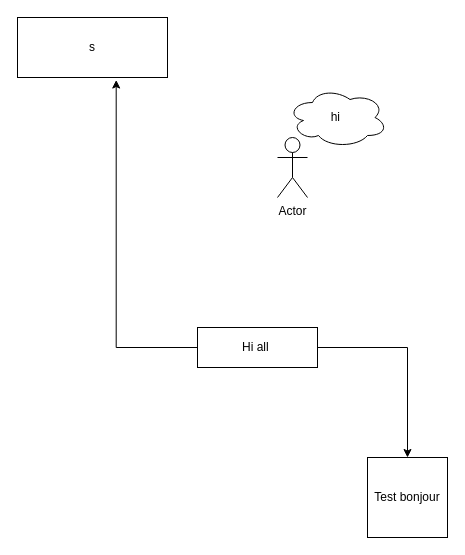
Before: Diagramme sans nom.drawio in HipppB/safeHub, a draw.io diagram. Source tidied: cells renumbered, new cells numbered last; positions are measured from the earlier drawing's top-left corner, leaving out a move shared by most shapes. Both pictures are drawn from the tidied source at 100%, with x=0, y=0 at pixel (17, 17).
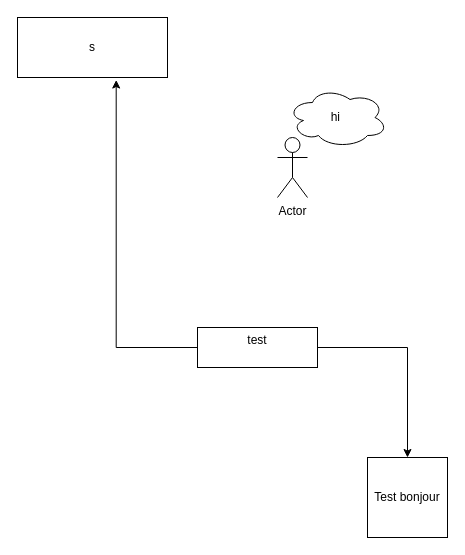
The same diagram, later.

Commit message:
Mettre à jour Diagramme sans nom.drawio

Diff of the diagram source:
```diff
@@
 <mxGraphModel>
   <root>
     <mxCell id="0" />
     <mxCell id="1" parent="0" />
     <mxCell id="2" style="edgeStyle=orthogonalEdgeStyle;rounded=0;jettySize=auto;html=1;entryX=0.658;entryY=1.042;entryDx=0;entryDy=0;entryPerimeter=0;" parent="1" edge="1" source="4" target="5">
       <mxGeometry relative="1" as="geometry" />
     </mxCell>
     <mxCell id="3" style="edgeStyle=orthogonalEdgeStyle;rounded=0;jettySize=auto;html=1;" parent="1" edge="1" source="4" target="7">
       <mxGeometry relative="1" as="geometry" />
     </mxCell>
-    <mxCell id="4" value="Hi all&amp;nbsp;" style="rounded=0;whiteSpace=wrap;html=1;" parent="1" vertex="1">
+    <mxCell id="4" value="&lt;div&gt;test&lt;/div&gt;&lt;div&gt;&lt;br&gt;&lt;/div&gt;" style="rounded=0;whiteSpace=wrap;html=1;" parent="1" vertex="1">
       <mxGeometry x="180" y="310" width="120" height="40" as="geometry" />
     </mxCell>
     <mxCell id="5" value="s" style="rounded=0;whiteSpace=wrap;html=1;" parent="1" vertex="1">
       <mxGeometry width="150" height="60" as="geometry" />
     </mxCell>
     <mxCell id="6" value="Actor" style="shape=umlActor;verticalLabelPosition=bottom;verticalAlign=top;html=1;" parent="1" vertex="1">
       <mxGeometry x="260" y="120" width="30" height="60" as="geometry" />
     </mxCell>
     <mxCell id="7" value="Test bonjour" style="whiteSpace=wrap;html=1;" parent="1" vertex="1">
       <mxGeometry x="350" y="440" width="80" height="80" as="geometry" />
     </mxCell>
     <mxCell id="8" value="hi&amp;nbsp;" style="ellipse;shape=cloud;whiteSpace=wrap;html=1;" parent="1" vertex="1">
       <mxGeometry x="270" y="70" width="100" height="60" as="geometry" />
     </mxCell>
   </root>
 </mxGraphModel>
```
